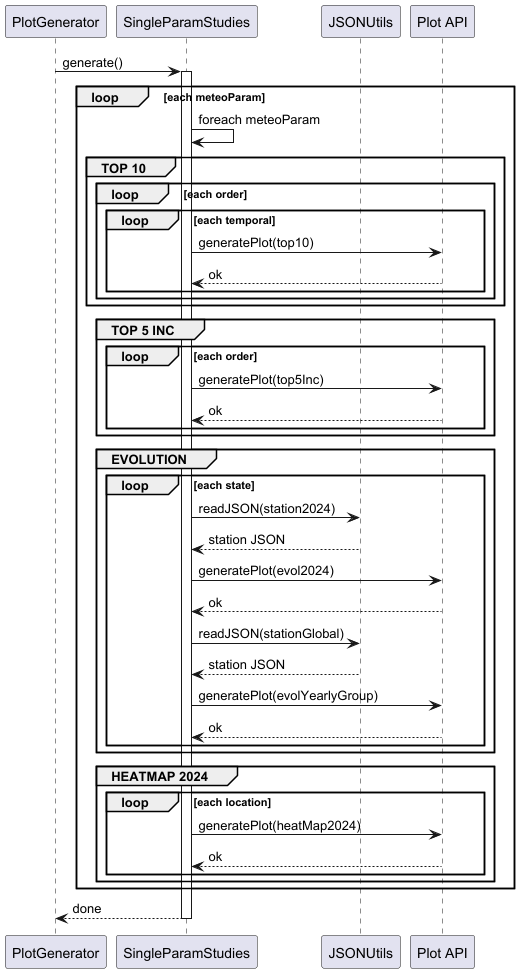
cfkr-dev/aemet_spark_study keeps this PlantUML diagram as big-data-core/documentation/export/plot_generation/single_param_studies_execution.png. Above is the earlier version. Its diagram source:
```plantuml
@startuml
participant "PlotGenerator" as PLOT_GENERATOR
participant "SingleParamStudies" as SINGLE_PARAM_STUDIES
participant "JSONUtils" as JSON_UTILS
participant "Plot API" as PLOT_API

PLOT_GENERATOR -> SINGLE_PARAM_STUDIES : generate()
activate SINGLE_PARAM_STUDIES

loop each meteoParam
    SINGLE_PARAM_STUDIES -> SINGLE_PARAM_STUDIES : foreach meteoParam

    group TOP 10
        loop each order
            loop each temporal
                SINGLE_PARAM_STUDIES -> PLOT_API : generatePlot(top10)
                PLOT_API --> SINGLE_PARAM_STUDIES : ok
            end
        end
    end

    group TOP 5 INC
        loop each order
            SINGLE_PARAM_STUDIES -> PLOT_API : generatePlot(top5Inc)
            PLOT_API --> SINGLE_PARAM_STUDIES : ok
        end
    end

    group EVOLUTION
        loop each state
            SINGLE_PARAM_STUDIES -> JSON_UTILS : readJSON(station2024)
            JSON_UTILS --> SINGLE_PARAM_STUDIES : station JSON
            SINGLE_PARAM_STUDIES -> PLOT_API : generatePlot(evol2024)
            PLOT_API --> SINGLE_PARAM_STUDIES : ok

            SINGLE_PARAM_STUDIES -> JSON_UTILS : readJSON(stationGlobal)
            JSON_UTILS --> SINGLE_PARAM_STUDIES : station JSON
            SINGLE_PARAM_STUDIES -> PLOT_API : generatePlot(evolYearlyGroup)
            PLOT_API --> SINGLE_PARAM_STUDIES : ok
        end
    end

    group HEATMAP 2024
        loop each location
            SINGLE_PARAM_STUDIES -> PLOT_API : generatePlot(heatMap2024)
            PLOT_API --> SINGLE_PARAM_STUDIES : ok
        end
    end

end

SINGLE_PARAM_STUDIES --> PLOT_GENERATOR : done
deactivate SINGLE_PARAM_STUDIES

@enduml
```
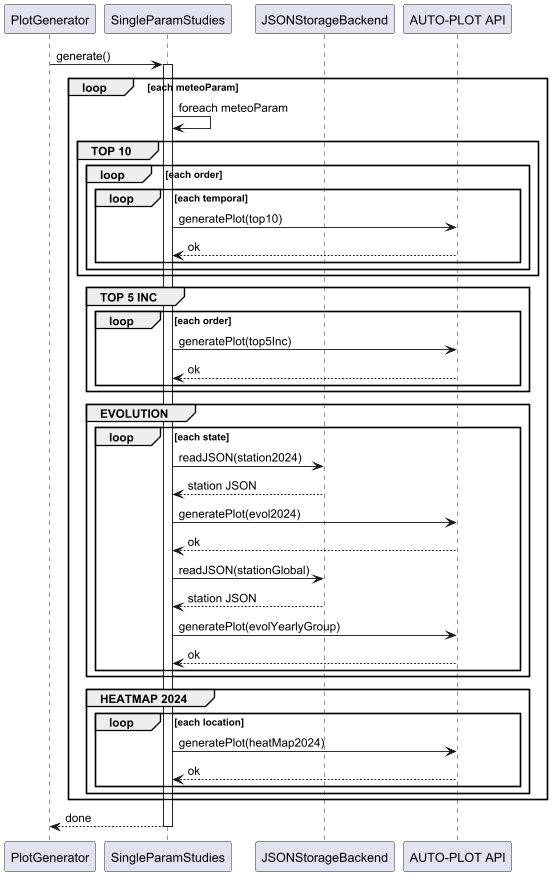
The same diagram one commit later.

Change to the diagram source:
```diff
@@ -1,8 +1,8 @@
 @startuml
 participant "PlotGenerator" as PLOT_GENERATOR
 participant "SingleParamStudies" as SINGLE_PARAM_STUDIES
-participant "JSONUtils" as JSON_UTILS
-participant "Plot API" as PLOT_API
+participant "JSONStorageBackend" as JSON_STORAGE_BACKEND
+participant "AUTO-PLOT API" as AUTO_PLOT_API
 
 PLOT_GENERATOR -> SINGLE_PARAM_STUDIES : generate()
 activate SINGLE_PARAM_STUDIES
@@ -13,37 +13,37 @@
     group TOP 10
         loop each order
             loop each temporal
-                SINGLE_PARAM_STUDIES -> PLOT_API : generatePlot(top10)
-                PLOT_API --> SINGLE_PARAM_STUDIES : ok
+                SINGLE_PARAM_STUDIES -> AUTO_PLOT_API : generatePlot(top10)
+                AUTO_PLOT_API --> SINGLE_PARAM_STUDIES : ok
             end
         end
     end
 
     group TOP 5 INC
         loop each order
-            SINGLE_PARAM_STUDIES -> PLOT_API : generatePlot(top5Inc)
-            PLOT_API --> SINGLE_PARAM_STUDIES : ok
+            SINGLE_PARAM_STUDIES -> AUTO_PLOT_API : generatePlot(top5Inc)
+            AUTO_PLOT_API --> SINGLE_PARAM_STUDIES : ok
         end
     end
 
     group EVOLUTION
         loop each state
-            SINGLE_PARAM_STUDIES -> JSON_UTILS : readJSON(station2024)
-            JSON_UTILS --> SINGLE_PARAM_STUDIES : station JSON
-            SINGLE_PARAM_STUDIES -> PLOT_API : generatePlot(evol2024)
-            PLOT_API --> SINGLE_PARAM_STUDIES : ok
+            SINGLE_PARAM_STUDIES -> JSON_STORAGE_BACKEND : readJSON(station2024)
+            JSON_STORAGE_BACKEND --> SINGLE_PARAM_STUDIES : station JSON
+            SINGLE_PARAM_STUDIES -> AUTO_PLOT_API : generatePlot(evol2024)
+            AUTO_PLOT_API --> SINGLE_PARAM_STUDIES : ok
 
-            SINGLE_PARAM_STUDIES -> JSON_UTILS : readJSON(stationGlobal)
-            JSON_UTILS --> SINGLE_PARAM_STUDIES : station JSON
-            SINGLE_PARAM_STUDIES -> PLOT_API : generatePlot(evolYearlyGroup)
-            PLOT_API --> SINGLE_PARAM_STUDIES : ok
+            SINGLE_PARAM_STUDIES -> JSON_STORAGE_BACKEND : readJSON(stationGlobal)
+            JSON_STORAGE_BACKEND --> SINGLE_PARAM_STUDIES : station JSON
+            SINGLE_PARAM_STUDIES -> AUTO_PLOT_API : generatePlot(evolYearlyGroup)
+            AUTO_PLOT_API --> SINGLE_PARAM_STUDIES : ok
         end
     end
 
     group HEATMAP 2024
         loop each location
-            SINGLE_PARAM_STUDIES -> PLOT_API : generatePlot(heatMap2024)
-            PLOT_API --> SINGLE_PARAM_STUDIES : ok
+            SINGLE_PARAM_STUDIES -> AUTO_PLOT_API : generatePlot(heatMap2024)
+            AUTO_PLOT_API --> SINGLE_PARAM_STUDIES : ok
         end
     end
 
```
